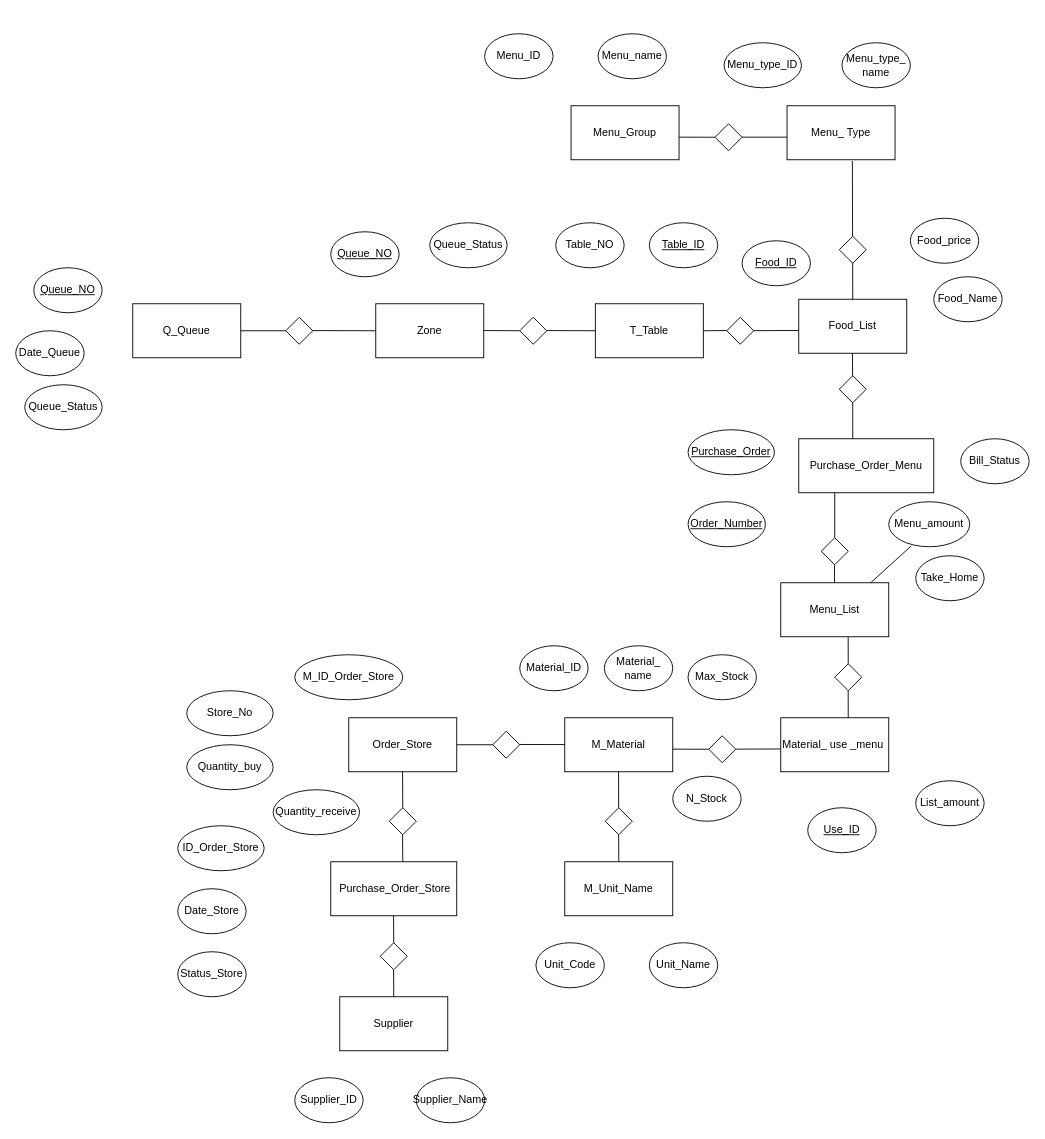
Above: ทดสอบ.drawio in banthitamakjeen/git-workshop (draw.io), before the change. Source tidied: cells renumbered, new cells numbered last; positions are measured from the earlier drawing's top-left corner, leaving out a move shared by most shapes. Both pictures are drawn from the tidied source at 90%, with x=0, y=0 at pixel (15, 33).
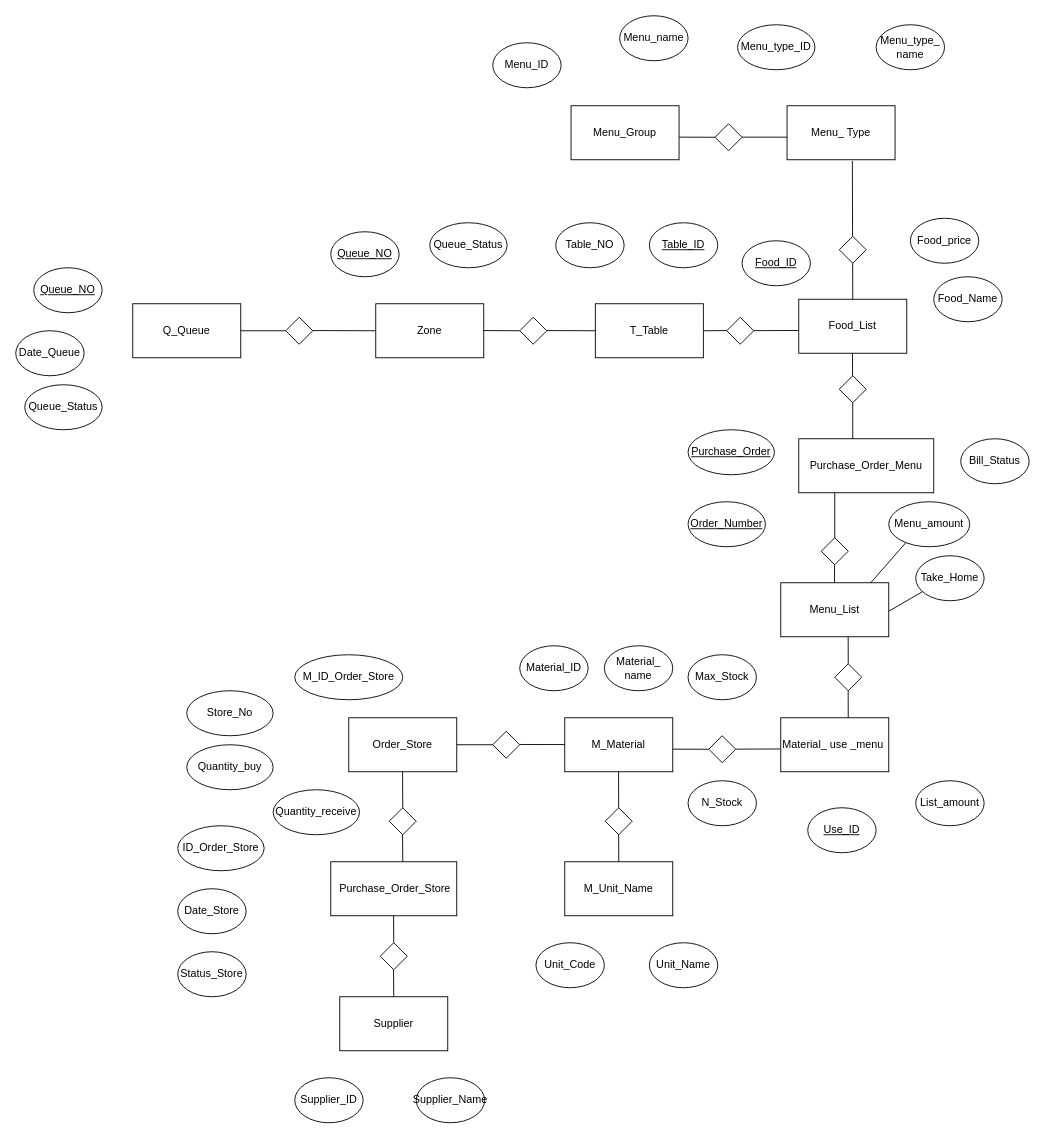
The same diagram, later.

Unchanged cells that the change refers to:
```xml
<mxCell id="82" value="Menu_amount" style="ellipse;whiteSpace=wrap;html=1;" parent="1" vertex="1">
  <mxGeometry x="970" y="520" width="90" height="50" as="geometry" />
</mxCell>
```

What changed in the source:
```diff
@@
     <mxCell id="51" value="N_Stock" style="ellipse;whiteSpace=wrap;html=1;" parent="1" vertex="1">
-      <mxGeometry x="730" y="825" width="76" height="50" as="geometry" />
+      <mxGeometry x="747" y="830" width="76" height="50" as="geometry" />
     </mxCell>
@@
     <mxCell id="63" value="Menu_ID" style="ellipse;whiteSpace=wrap;html=1;" parent="1" vertex="1">
-      <mxGeometry x="521" width="76" height="50" as="geometry" />
+      <mxGeometry x="530" y="10" width="76" height="50" as="geometry" />
     </mxCell>
     <mxCell id="64" value="Menu_name" style="ellipse;whiteSpace=wrap;html=1;" parent="1" vertex="1">
-      <mxGeometry x="647" width="76" height="50" as="geometry" />
+      <mxGeometry x="671" y="-20" width="76" height="50" as="geometry" />
     </mxCell>
     <mxCell id="65" value="Menu_type_&lt;div&gt;name&lt;/div&gt;" style="ellipse;whiteSpace=wrap;html=1;" parent="1" vertex="1">
-      <mxGeometry x="918" y="10" width="76" height="50" as="geometry" />
+      <mxGeometry x="956" y="-10" width="76" height="50" as="geometry" />
     </mxCell>
     <mxCell id="66" value="Menu_type_ID" style="ellipse;whiteSpace=wrap;html=1;" parent="1" vertex="1">
-      <mxGeometry x="787" y="10" width="86" height="50" as="geometry" />
+      <mxGeometry x="802" y="-10" width="86" height="50" as="geometry" />
     </mxCell>
@@
-    <mxCell id="91" style="endArrow=none;html=1;rounded=0;entryX=0.277;entryY=0.983;entryDx=0;entryDy=0;entryPerimeter=0;" parent="1" edge="1" target="82">
+    <mxCell id="91" style="endArrow=none;html=1;rounded=0;entryX=0.211;entryY=0.91;entryDx=0;entryDy=0;entryPerimeter=0;" parent="1" edge="1" target="82">
       <mxGeometry relative="1" as="geometry">
         <mxPoint x="950" y="610" as="sourcePoint" />
       </mxGeometry>
     </mxCell>
+    <mxCell id="92" style="endArrow=none;html=1;rounded=0;exitX=1.022;exitY=0.527;exitDx=0;exitDy=0;exitPerimeter=0;" parent="1" edge="1">
+      <mxGeometry relative="1" as="geometry">
+        <mxPoint x="970" y="641.6" as="sourcePoint" />
+        <mxPoint x="1007.4" y="620" as="targetPoint" />
+      </mxGeometry>
+    </mxCell>
```
